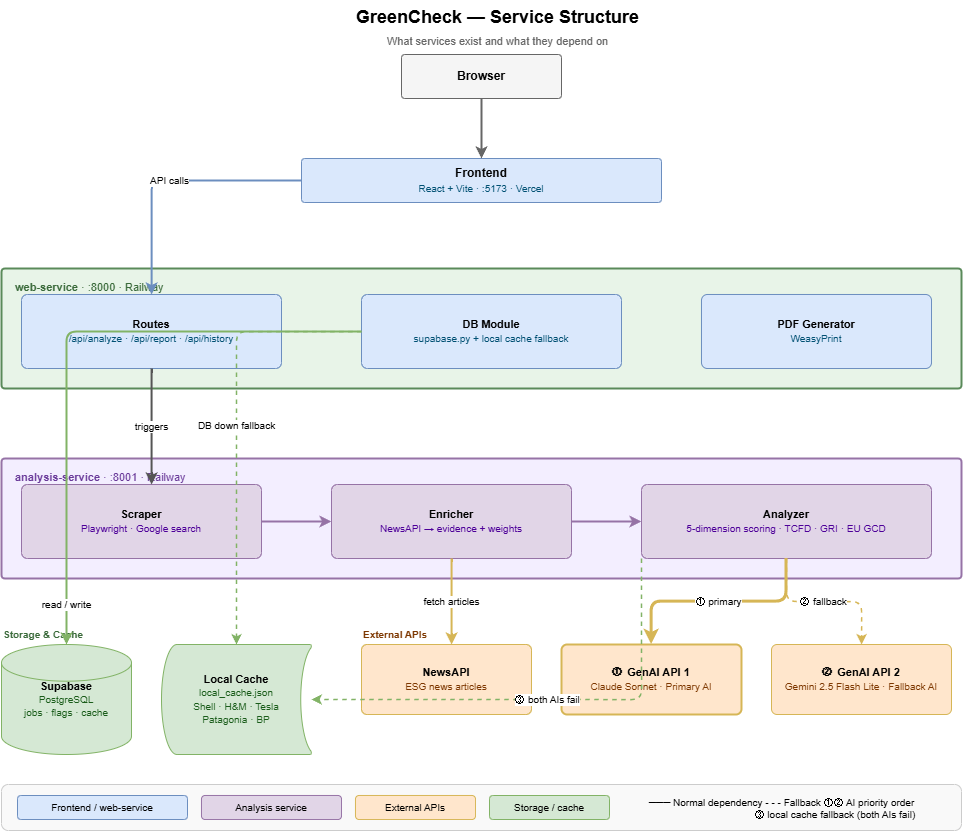
Before: docs/greencheck-structure.png, a diagram exported from draw.io (pd-a11y/greenwashing-detector). Source tidied: cells renumbered, new cells last; positions are measured from the earlier drawing's top-left corner, leaving out a move shared by most shapes.
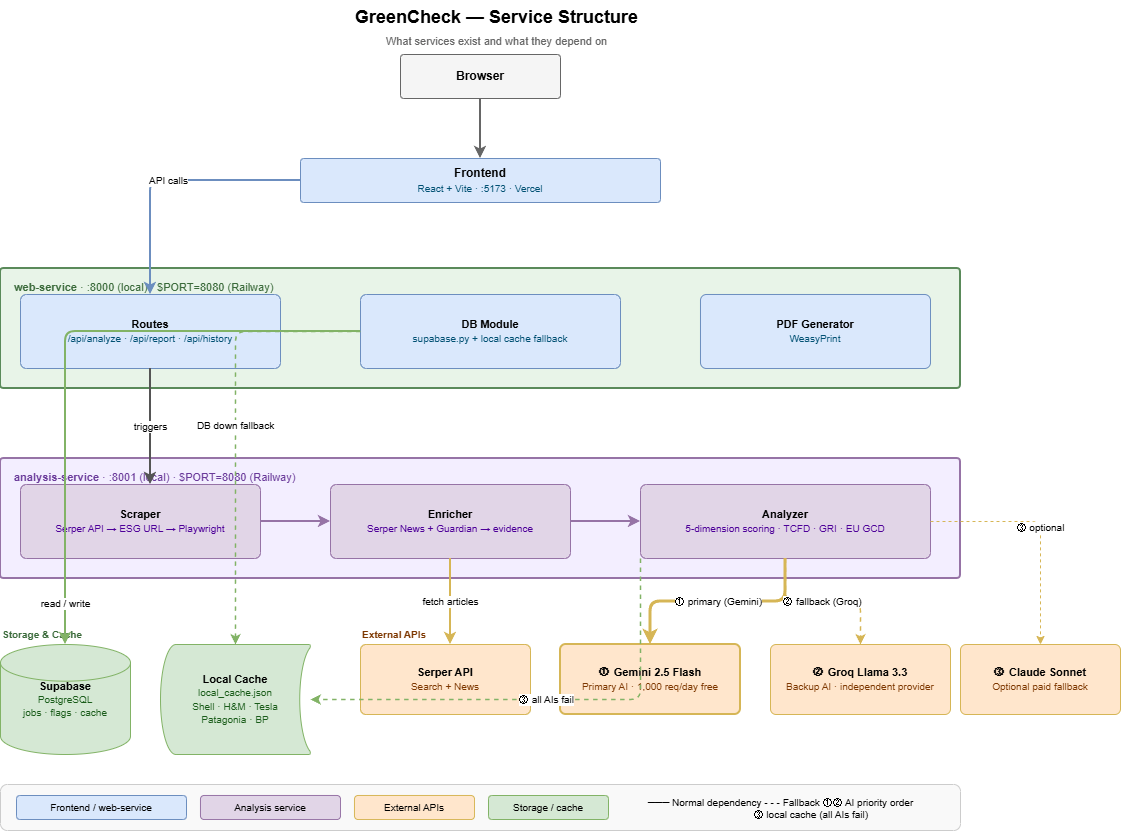
Above is the later version.

The edit, as a diff of the source:
```diff
@@ -20,7 +20,7 @@
     <mxCell id="7" style="rounded=1;whiteSpace=wrap;html=1;fillColor=#e8f4e8;strokeColor=#5a8a5a;strokeWidth=2;arcSize=3;" parent="1" vertex="1">
       <mxGeometry y="268" width="960" height="120" as="geometry" />
     </mxCell>
-    <mxCell id="8" value="&lt;b&gt;web-service&lt;/b&gt; · :8000 · Railway" style="text;html=1;strokeColor=none;fillColor=none;fontSize=11;fontColor=#3a6a3a;" parent="1" vertex="1">
+    <mxCell id="8" value="&lt;b&gt;web-service&lt;/b&gt; · :8000 (local) · $PORT=8080 (Railway)" style="text;html=1;strokeColor=none;fillColor=none;fontSize=11;fontColor=#3a6a3a;" parent="1" vertex="1">
       <mxGeometry x="12" y="274" width="260" height="18" as="geometry" />
     </mxCell>
     <mxCell id="9" value="&lt;b&gt;Routes&lt;/b&gt;&lt;br&gt;&lt;font style='font-size:10px' color='#005073'&gt;/api/analyze · /api/report · /api/history&lt;/font&gt;" style="rounded=1;whiteSpace=wrap;html=1;fillColor=#dae8fc;strokeColor=#6c8ebf;fontSize=11;arcSize=8;" parent="1" vertex="1">
@@ -38,13 +38,13 @@
     <mxCell id="13" style="rounded=1;whiteSpace=wrap;html=1;fillColor=#f3eeff;strokeColor=#9673a6;strokeWidth=2;arcSize=3;" parent="1" vertex="1">
       <mxGeometry y="458" width="960" height="120" as="geometry" />
     </mxCell>
-    <mxCell id="14" value="&lt;b&gt;analysis-service&lt;/b&gt; · :8001 · Railway" style="text;html=1;strokeColor=none;fillColor=none;fontSize=11;fontColor=#6a3a9a;" parent="1" vertex="1">
+    <mxCell id="14" value="&lt;b&gt;analysis-service&lt;/b&gt; · :8001 (local) · $PORT=8080 (Railway)" style="text;html=1;strokeColor=none;fillColor=none;fontSize=11;fontColor=#6a3a9a;" parent="1" vertex="1">
       <mxGeometry x="12" y="464" width="280" height="18" as="geometry" />
     </mxCell>
-    <mxCell id="15" value="&lt;b&gt;Scraper&lt;/b&gt;&lt;br&gt;&lt;font style='font-size:10px' color='#4d0099'&gt;Playwright · Google search&lt;/font&gt;" style="rounded=1;whiteSpace=wrap;html=1;fillColor=#e1d5e7;strokeColor=#9673a6;fontSize=11;arcSize=8;" parent="1" vertex="1">
+    <mxCell id="15" value="&lt;b&gt;Scraper&lt;/b&gt;&lt;br&gt;&lt;font style='font-size:10px' color='#4d0099'&gt;Serper API → ESG URL → Playwright&lt;/font&gt;" style="rounded=1;whiteSpace=wrap;html=1;fillColor=#e1d5e7;strokeColor=#9673a6;fontSize=11;arcSize=8;" parent="1" vertex="1">
       <mxGeometry x="20" y="484" width="240" height="74" as="geometry" />
     </mxCell>
-    <mxCell id="16" value="&lt;b&gt;Enricher&lt;/b&gt;&lt;br&gt;&lt;font style='font-size:10px' color='#4d0099'&gt;NewsAPI → evidence + weights&lt;/font&gt;" style="rounded=1;whiteSpace=wrap;html=1;fillColor=#e1d5e7;strokeColor=#9673a6;fontSize=11;arcSize=8;" parent="1" vertex="1">
+    <mxCell id="16" value="&lt;b&gt;Enricher&lt;/b&gt;&lt;br&gt;&lt;font style='font-size:10px' color='#4d0099'&gt;Serper News + Guardian → evidence&lt;/font&gt;" style="rounded=1;whiteSpace=wrap;html=1;fillColor=#e1d5e7;strokeColor=#9673a6;fontSize=11;arcSize=8;" parent="1" vertex="1">
       <mxGeometry x="330" y="484" width="240" height="74" as="geometry" />
     </mxCell>
     <mxCell id="17" value="&lt;b&gt;Analyzer&lt;/b&gt;&lt;br&gt;&lt;font style='font-size:10px' color='#4d0099'&gt;5-dimension scoring · TCFD · GRI · EU GCD&lt;/font&gt;" style="rounded=1;whiteSpace=wrap;html=1;fillColor=#e1d5e7;strokeColor=#9673a6;fontSize=11;arcSize=8;" parent="1" vertex="1">
@@ -76,13 +76,13 @@
     <mxCell id="24" value="External APIs" style="text;html=1;strokeColor=none;fillColor=none;fontSize=10;fontColor=#7d3700;fontStyle=1;" parent="1" vertex="1">
       <mxGeometry x="360" y="622" width="110" height="18" as="geometry" />
     </mxCell>
-    <mxCell id="25" value="&lt;b&gt;NewsAPI&lt;/b&gt;&lt;br&gt;&lt;font style='font-size:10px' color='#7d3700'&gt;ESG news articles&lt;/font&gt;" style="rounded=1;whiteSpace=wrap;html=1;fillColor=#ffe6cc;strokeColor=#d6b656;fontSize=11;arcSize=8;" parent="1" vertex="1">
+    <mxCell id="25" value="&lt;b&gt;Serper API&lt;/b&gt;&lt;br&gt;&lt;font style='font-size:10px' color='#7d3700'&gt;Search + News&lt;/font&gt;" style="rounded=1;whiteSpace=wrap;html=1;fillColor=#ffe6cc;strokeColor=#d6b656;fontSize=11;arcSize=8;" parent="1" vertex="1">
       <mxGeometry x="360" y="644" width="170" height="70" as="geometry" />
     </mxCell>
-    <mxCell id="26" value="&lt;b&gt;① GenAI API 1&lt;/b&gt;&lt;div&gt;&lt;font style=&quot;font-size: 10px;&quot; color=&quot;#7d3700&quot;&gt;Claude Sonnet · Primary AI&lt;/font&gt;&lt;/div&gt;" style="rounded=1;whiteSpace=wrap;html=1;fillColor=#ffe6cc;strokeColor=#d6b656;fontSize=11;arcSize=8;strokeWidth=2;" parent="1" vertex="1">
+    <mxCell id="26" value="&lt;b&gt;① Gemini 2.5 Flash&lt;/b&gt;&lt;div&gt;&lt;font style=&quot;font-size: 10px;&quot; color=&quot;#7d3700&quot;&gt;Primary AI · 1,000 req/day free&lt;/font&gt;&lt;/div&gt;" style="rounded=1;whiteSpace=wrap;html=1;fillColor=#ffe6cc;strokeColor=#d6b656;fontSize=11;arcSize=8;strokeWidth=2;" parent="1" vertex="1">
       <mxGeometry x="560" y="644" width="180" height="70" as="geometry" />
     </mxCell>
-    <mxCell id="27" value="&lt;b&gt;② GenAI API 2&lt;/b&gt;&lt;div&gt;&lt;font style=&quot;font-size: 10px;&quot; color=&quot;#7d3700&quot;&gt;Gemini 2.5 Flash Lite · Fallback AI&lt;/font&gt;&lt;/div&gt;" style="rounded=1;whiteSpace=wrap;html=1;fillColor=#ffe6cc;strokeColor=#d6b656;fontSize=11;arcSize=8;strokeDasharray=5 3;" parent="1" vertex="1">
+    <mxCell id="27" value="&lt;b&gt;② Groq Llama 3.3&lt;/b&gt;&lt;div&gt;&lt;font style=&quot;font-size: 10px;&quot; color=&quot;#7d3700&quot;&gt;Backup AI · independent provider&lt;/font&gt;&lt;/div&gt;" style="rounded=1;whiteSpace=wrap;html=1;fillColor=#ffe6cc;strokeColor=#d6b656;fontSize=11;arcSize=8;strokeDasharray=5 3;" parent="1" vertex="1">
       <mxGeometry x="770" y="644" width="180" height="70" as="geometry" />
     </mxCell>
     <mxCell id="28" value="read / write" style="edgeStyle=orthogonalEdgeStyle;html=1;strokeColor=#82b366;strokeWidth=2;fontSize=10;" parent="1" edge="1" source="10" target="22">
@@ -99,12 +99,18 @@
         </Array>
       </mxGeometry>
     </mxCell>
-    <mxCell id="31" value="① primary" style="edgeStyle=orthogonalEdgeStyle;html=1;strokeColor=#d6b656;strokeWidth=3;fontSize=10;" parent="1" edge="1" source="17" target="26">
+    <mxCell id="31" value="① primary (Gemini)" style="edgeStyle=orthogonalEdgeStyle;html=1;strokeColor=#d6b656;strokeWidth=3;fontSize=10;" parent="1" edge="1" source="17" target="26">
       <mxGeometry relative="1" as="geometry" />
     </mxCell>
-    <mxCell id="32" value="② fallback" style="edgeStyle=orthogonalEdgeStyle;html=1;strokeColor=#d6b656;strokeWidth=1.5;dashed=1;fontSize=10;" parent="1" edge="1" source="17" target="27">
+    <mxCell id="32" value="② fallback (Groq)" style="edgeStyle=orthogonalEdgeStyle;html=1;strokeColor=#d6b656;strokeWidth=1.5;dashed=1;fontSize=10;" parent="1" edge="1" source="17" target="27">
       <mxGeometry relative="1" as="geometry" />
     </mxCell>
+    <mxCell id="40" value="&lt;b&gt;③ Claude Sonnet&lt;/b&gt;&lt;div&gt;&lt;font style=&quot;font-size: 10px;&quot; color=&quot;#7d3700&quot;&gt;Optional paid fallback&lt;/font&gt;&lt;/div&gt;" style="rounded=1;whiteSpace=wrap;html=1;fillColor=#ffe6cc;strokeColor=#d6b656;fontSize=11;arcSize=8;strokeDasharray=8 4;" parent="1" vertex="1">
+      <mxGeometry x="960" y="644" width="160" height="70" as="geometry" />
+    </mxCell>
+    <mxCell id="41" value="③ optional" style="edgeStyle=orthogonalEdgeStyle;html=1;strokeColor=#d6b656;strokeWidth=1;dashed=1;fontSize=10;strokeDasharray=6 4;" parent="1" edge="1" source="17" target="40">
+      <mxGeometry relative="1" as="geometry" />
+    </mxCell>
     <mxCell id="33" style="rounded=1;whiteSpace=wrap;html=1;fillColor=#f9f9f9;strokeColor=#cccccc;" parent="1" vertex="1">
       <mxGeometry y="784" width="960" height="46" as="geometry" />
     </mxCell>
@@ -120,10 +126,10 @@
     <mxCell id="37" value="Storage / cache" style="rounded=1;whiteSpace=wrap;html=1;fillColor=#d5e8d4;strokeColor=#82b366;fontSize=10;" parent="1" vertex="1">
       <mxGeometry x="488" y="795" width="120" height="24" as="geometry" />
     </mxCell>
-    <mxCell id="38" value="─── Normal dependency     - - - Fallback     ①② AI priority order&amp;nbsp;&lt;div&gt;&amp;nbsp; &amp;nbsp; &amp;nbsp; &amp;nbsp; &amp;nbsp; &amp;nbsp; &amp;nbsp; &amp;nbsp; &amp;nbsp; &amp;nbsp; &amp;nbsp; &amp;nbsp; &amp;nbsp; &amp;nbsp; &amp;nbsp; &amp;nbsp; &amp;nbsp; &amp;nbsp; &amp;nbsp; ③ local cache fallback (both AIs fail)&lt;/div&gt;" style="text;html=1;strokeColor=none;fillColor=none;fontSize=10;align=left;" parent="1" vertex="1">
+    <mxCell id="38" value="─── Normal dependency     - - - Fallback     ①② AI priority order&amp;nbsp;&lt;div&gt;&amp;nbsp; &amp;nbsp; &amp;nbsp; &amp;nbsp; &amp;nbsp; &amp;nbsp; &amp;nbsp; &amp;nbsp; &amp;nbsp; &amp;nbsp; &amp;nbsp; &amp;nbsp; &amp;nbsp; &amp;nbsp; &amp;nbsp; &amp;nbsp; &amp;nbsp; &amp;nbsp; &amp;nbsp; ③ local cache (all AIs fail)&lt;/div&gt;" style="text;html=1;strokeColor=none;fillColor=none;fontSize=10;align=left;" parent="1" vertex="1">
       <mxGeometry x="646" y="790" width="324" height="16" as="geometry" />
     </mxCell>
-    <mxCell id="39" value="③ both AIs fail" style="edgeStyle=orthogonalEdgeStyle;html=1;strokeColor=#82b366;strokeWidth=1.5;dashed=1;fontSize=10;entryX=1;entryY=0.5;entryDx=0;entryDy=0;exitX=0;exitY=1;exitDx=0;exitDy=0;" parent="1" edge="1" source="17" target="23">
+    <mxCell id="39" value="③ all AIs fail" style="edgeStyle=orthogonalEdgeStyle;html=1;strokeColor=#82b366;strokeWidth=1.5;dashed=1;fontSize=10;entryX=1;entryY=0.5;entryDx=0;entryDy=0;exitX=0;exitY=1;exitDx=0;exitDy=0;" parent="1" edge="1" source="17" target="23">
       <mxGeometry relative="1" as="geometry" />
     </mxCell>
   </root>
```
